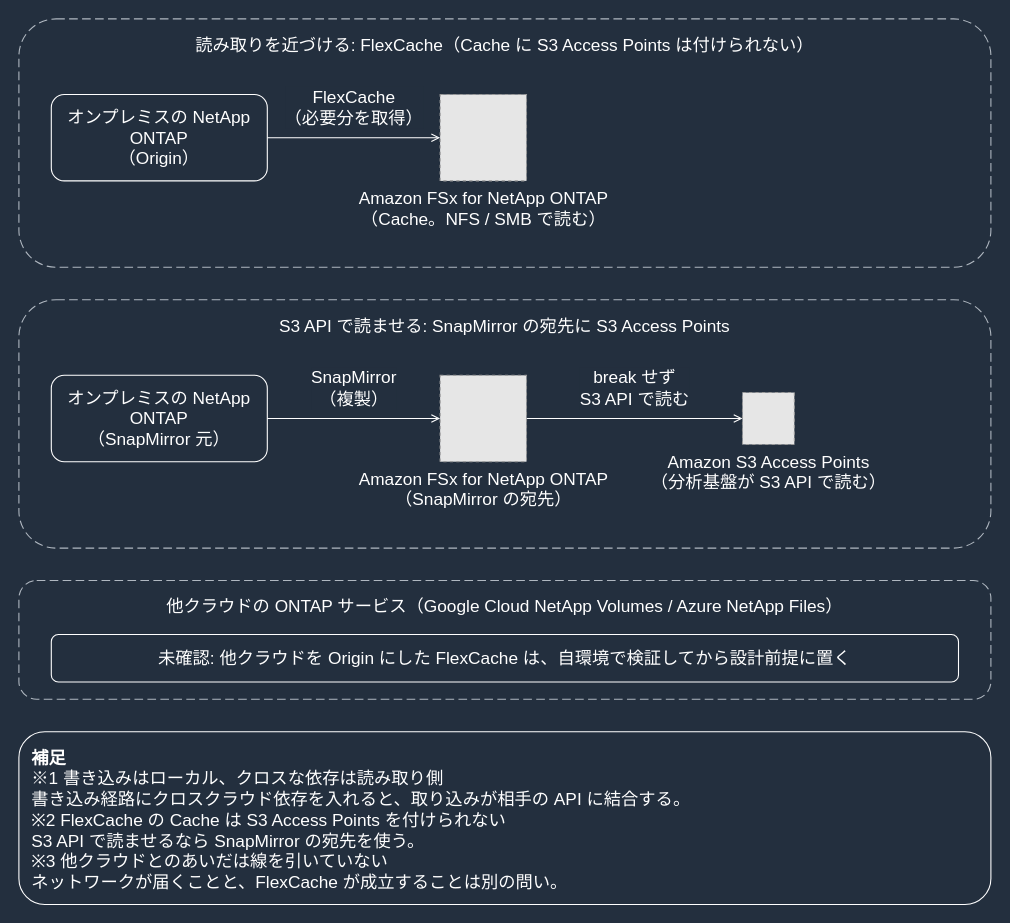
This is docs/_assets/diagrams/ai-hpc-cross-cloud-mobility-dark.drawio from Yoshiki0705/FSx-for-ONTAP-Adoption-Playbook, a draw.io file, before an edit. Source tidied: cells renumbered, new cells numbered last; positions are measured from the earlier drawing's top-left corner, leaving out a move shared by most shapes. Both pictures are drawn from the tidied source at 108%, with x=0, y=0 at pixel (18, 18). Pictures stored in the file or linked from it are replaced by grey dashed boxes.
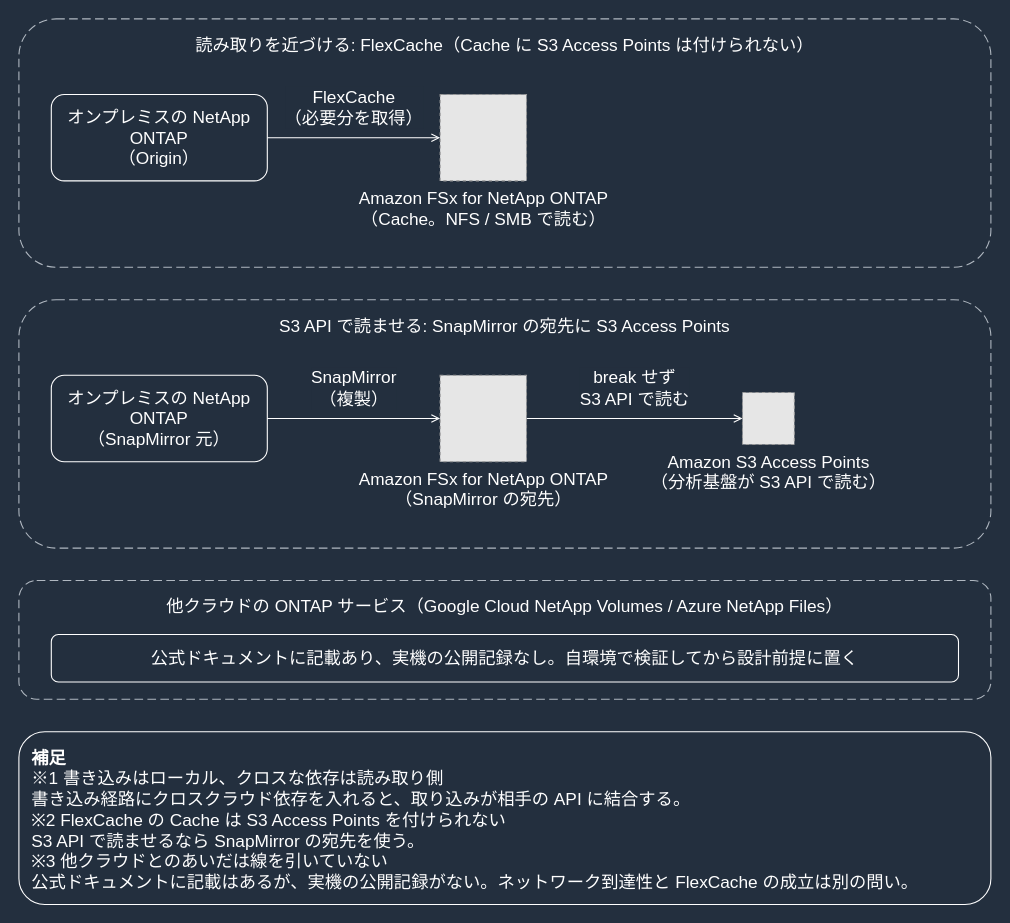
After the change.

What changed in the source:
```diff
@@
 <mxGraphModel background="#232F3E">
   <root>
     <mxCell id="0" />
     <mxCell id="1" parent="0" />
     <mxCell id="2" value="FlexCache&lt;br&gt;（必要分を取得）" style="edgeStyle=orthogonalEdgeStyle;rounded=0;html=1;endArrow=open;endFill=0;strokeColor=#FFFFFF;strokeWidth=1;fontSize=16;fontColor=#FFFFFF;labelBackgroundColor=#232F3E;exitX=1.0;exitY=0.5;exitDx=0;exitDy=0;entryX=0.0;entryY=0.5;entryDx=0;entryDy=0;" parent="1" edge="1" source="8" target="12">
       <mxGeometry relative="1" as="geometry">
         <mxPoint y="-28" as="offset" />
       </mxGeometry>
     </mxCell>
     <mxCell id="3" value="SnapMirror&lt;br&gt;（複製）" style="edgeStyle=orthogonalEdgeStyle;rounded=0;html=1;endArrow=open;endFill=0;strokeColor=#FFFFFF;strokeWidth=1;fontSize=16;fontColor=#FFFFFF;labelBackgroundColor=#232F3E;exitX=1.0;exitY=0.5;exitDx=0;exitDy=0;entryX=0.0;entryY=0.5;entryDx=0;entryDy=0;" parent="1" edge="1" source="9" target="13">
       <mxGeometry relative="1" as="geometry">
         <mxPoint y="-28" as="offset" />
       </mxGeometry>
     </mxCell>
     <mxCell id="4" value="break せず&lt;br&gt;S3 API で読む" style="edgeStyle=orthogonalEdgeStyle;rounded=0;html=1;endArrow=open;endFill=0;strokeColor=#FFFFFF;strokeWidth=1;fontSize=16;fontColor=#FFFFFF;labelBackgroundColor=#232F3E;exitX=1.0;exitY=0.5;exitDx=0;exitDy=0;entryX=0.0;entryY=0.5;entryDx=0;entryDy=0;" parent="1" edge="1" source="13" target="14">
       <mxGeometry relative="1" as="geometry">
         <mxPoint y="-28" as="offset" />
       </mxGeometry>
     </mxCell>
     <mxCell id="5" value="読み取りを近づける: FlexCache（Cache に S3 Access Points は付けられない）" style="rounded=1;whiteSpace=wrap;html=1;dashed=1;dashPattern=8 4;strokeColor=#B0B8C1;fillColor=none;fontColor=#FFFFFF;fontSize=16;verticalAlign=top;align=center;spacingTop=8;" parent="1" vertex="1">
       <mxGeometry width="900" height="230" as="geometry" />
     </mxCell>
     <mxCell id="6" value="S3 API で読ませる: SnapMirror の宛先に S3 Access Points" style="rounded=1;whiteSpace=wrap;html=1;dashed=1;dashPattern=8 4;strokeColor=#B0B8C1;fillColor=none;fontColor=#FFFFFF;fontSize=16;verticalAlign=top;align=center;spacingTop=8;" parent="1" vertex="1">
       <mxGeometry y="260" width="900" height="230" as="geometry" />
     </mxCell>
     <mxCell id="7" value="他クラウドの ONTAP サービス（Google Cloud NetApp Volumes / Azure NetApp Files）" style="rounded=1;whiteSpace=wrap;html=1;dashed=1;dashPattern=8 4;strokeColor=#B0B8C1;fillColor=none;fontColor=#FFFFFF;fontSize=16;verticalAlign=top;align=center;spacingTop=8;" parent="1" vertex="1">
       <mxGeometry y="520" width="900" height="110" as="geometry" />
     </mxCell>
     <mxCell id="8" value="オンプレミスの NetApp ONTAP&lt;br&gt;（Origin）" style="rounded=1;whiteSpace=wrap;html=1;strokeColor=#FFFFFF;fillColor=none;fontColor=#FFFFFF;fontSize=16;verticalAlign=middle;align=center;" parent="1" vertex="1">
       <mxGeometry x="30" y="70" width="200" height="80" as="geometry" />
     </mxCell>
     <mxCell id="9" value="オンプレミスの NetApp ONTAP&lt;br&gt;（SnapMirror 元）" style="rounded=1;whiteSpace=wrap;html=1;strokeColor=#FFFFFF;fillColor=none;fontColor=#FFFFFF;fontSize=16;verticalAlign=middle;align=center;" parent="1" vertex="1">
       <mxGeometry x="30" y="330" width="200" height="80" as="geometry" />
     </mxCell>
-    <mxCell id="10" value="未確認: 他クラウドを Origin にした FlexCache は、自環境で検証してから設計前提に置く" style="rounded=1;whiteSpace=wrap;html=1;strokeColor=#FFFFFF;fillColor=none;fontColor=#FFFFFF;fontSize=16;verticalAlign=middle;align=center;" parent="1" vertex="1">
+    <mxCell id="10" value="公式ドキュメントに記載あり、実機の公開記録なし。自環境で検証してから設計前提に置く" style="rounded=1;whiteSpace=wrap;html=1;strokeColor=#FFFFFF;fillColor=none;fontColor=#FFFFFF;fontSize=16;verticalAlign=middle;align=center;" parent="1" vertex="1">
       <mxGeometry x="30" y="570" width="840" height="44" as="geometry" />
     </mxCell>
-    <mxCell id="11" value="&lt;b&gt;補足&lt;/b&gt;&lt;br&gt;※1 書き込みはローカル、クロスな依存は読み取り側&lt;br&gt;書き込み経路にクロスクラウド依存を入れると、取り込みが相手の API に結合する。&lt;br&gt;※2 FlexCache の Cache は S3 Access Points を付けられない&lt;br&gt;S3 API で読ませるなら SnapMirror の宛先を使う。&lt;br&gt;※3 他クラウドとのあいだは線を引いていない&lt;br&gt;ネットワークが届くことと、FlexCache が成立することは別の問い。" style="rounded=1;whiteSpace=wrap;html=1;strokeColor=#FFFFFF;fillColor=none;fontColor=#FFFFFF;fontSize=16;verticalAlign=top;align=left;spacingLeft=10;spacingRight=10;spacingTop=8;" parent="1" vertex="1">
+    <mxCell id="11" value="&lt;b&gt;補足&lt;/b&gt;&lt;br&gt;※1 書き込みはローカル、クロスな依存は読み取り側&lt;br&gt;書き込み経路にクロスクラウド依存を入れると、取り込みが相手の API に結合する。&lt;br&gt;※2 FlexCache の Cache は S3 Access Points を付けられない&lt;br&gt;S3 API で読ませるなら SnapMirror の宛先を使う。&lt;br&gt;※3 他クラウドとのあいだは線を引いていない&lt;br&gt;公式ドキュメントに記載はあるが、実機の公開記録がない。ネットワーク到達性と FlexCache の成立は別の問い。" style="rounded=1;whiteSpace=wrap;html=1;strokeColor=#FFFFFF;fillColor=none;fontColor=#FFFFFF;fontSize=16;verticalAlign=top;align=left;spacingLeft=10;spacingRight=10;spacingTop=8;" parent="1" vertex="1">
       <mxGeometry y="660" width="900" height="160" as="geometry" />
     </mxCell>
     <mxCell id="12" value="Amazon FSx for NetApp ONTAP&lt;br&gt;（Cache。NFS / SMB で読む）" style="fillColor=#E6E6E6;strokeColor=#999999;dashed=1;html=1;verticalLabelPosition=bottom;verticalAlign=top;labelPosition=center;align=center;fontSize=16;fontColor=#FFFFFF;" parent="1" vertex="1">
       <mxGeometry x="390" y="70" width="80" height="80" as="geometry" />
     </mxCell>
     <mxCell id="13" value="Amazon FSx for NetApp ONTAP&lt;br&gt;（SnapMirror の宛先）" style="fillColor=#E6E6E6;strokeColor=#999999;dashed=1;html=1;verticalLabelPosition=bottom;verticalAlign=top;labelPosition=center;align=center;fontSize=16;fontColor=#FFFFFF;" parent="1" vertex="1">
       <mxGeometry x="390" y="330" width="80" height="80" as="geometry" />
     </mxCell>
     <mxCell id="14" value="Amazon S3 Access Points&lt;br&gt;（分析基盤が S3 API で読む）" style="fillColor=#E6E6E6;strokeColor=#999999;dashed=1;html=1;verticalLabelPosition=bottom;verticalAlign=top;labelPosition=center;align=center;fontSize=16;fontColor=#FFFFFF;" parent="1" vertex="1">
       <mxGeometry x="670" y="346" width="48" height="48" as="geometry" />
     </mxCell>
   </root>
 </mxGraphModel>
```
